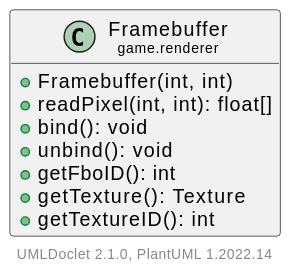
Earlier version of the PlantUML export doc/javadoc/game/renderer/Framebuffer.svg (Hirschiii/JavaGameEngine). Its diagram source:
```plantuml
@startuml
    set namespaceSeparator none
    hide empty fields
    hide empty methods

    class "<size:14>Framebuffer\n<size:10>game.renderer" as game.renderer.Framebuffer [[Framebuffer.html]] {
        +Framebuffer(int, int)
        +readPixel(int, int): float[]
        +bind(): void
        +unbind(): void
        +getFboID(): int
        +getTexture(): Texture
        +getTextureID(): int
    }

    center footer UMLDoclet 2.1.0, PlantUML %version()
@enduml
```
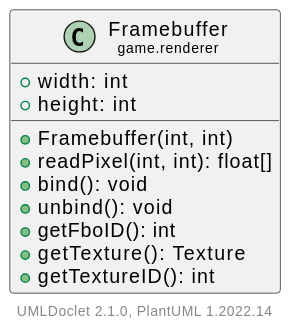
Later version of the same file.

Change to the diagram source:
```diff
@@ -4,6 +4,8 @@
     hide empty methods
 
     class "<size:14>Framebuffer\n<size:10>game.renderer" as game.renderer.Framebuffer [[Framebuffer.html]] {
+        +width: int
+        +height: int
         +Framebuffer(int, int)
         +readPixel(int, int): float[]
         +bind(): void
```
